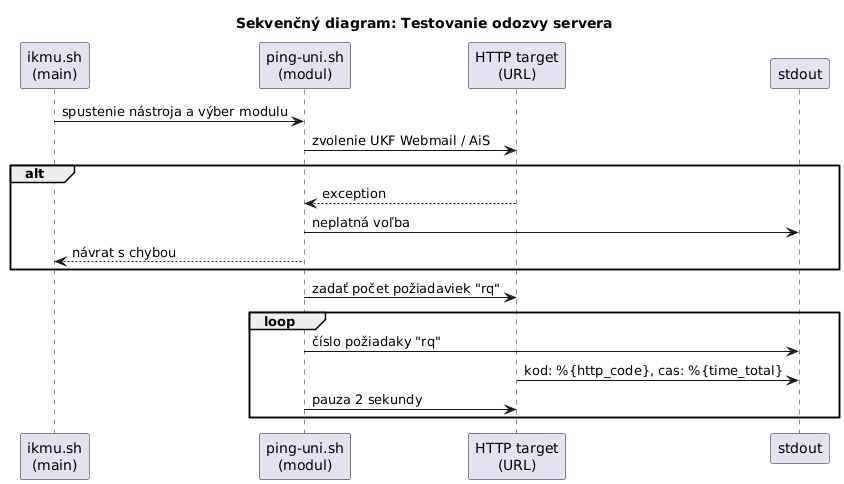
This is diagrams/sequence_diagram_ping.png from majohlavacka/Diplomova-praca, a PlantUML export, as it was before one commit.
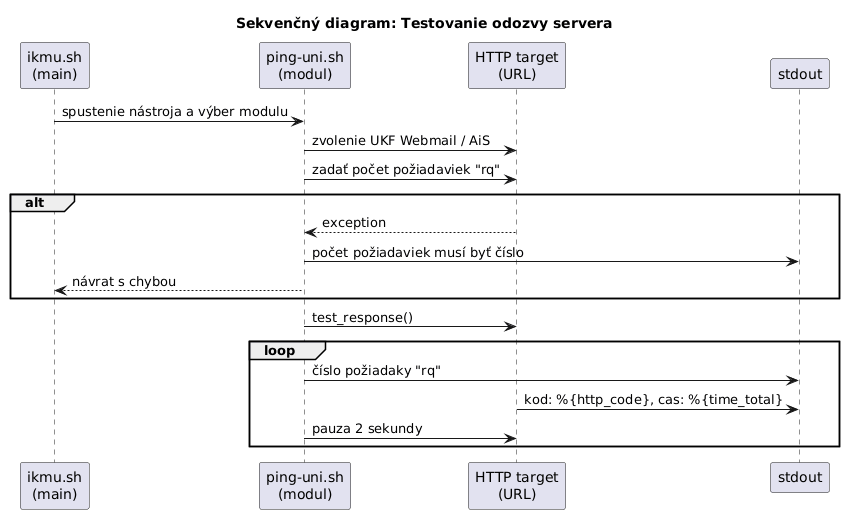
After the commit.

Diff of the diagram source:
```diff
@@ -9,12 +9,17 @@
 
 IKMU -> Ping : spustenie nástroja a výber modulu
 Ping -> Target : zvolenie UKF Webmail / AiS
+
+Ping -> Target : zadať počet požiadaviek "rq"
+
 alt
   Target --> Ping : exception
-  Ping -> Console : neplatná voľba
+  Ping -> Console : počet požiadaviek musí byť číslo
   Ping --> IKMU : návrat s chybou
 end
-Ping -> Target : zadať počet požiadaviek "rq"
+
+Ping -> Target : test_response()
+
 
 loop
   Ping -> Console : číslo požiadaky "rq"
```
